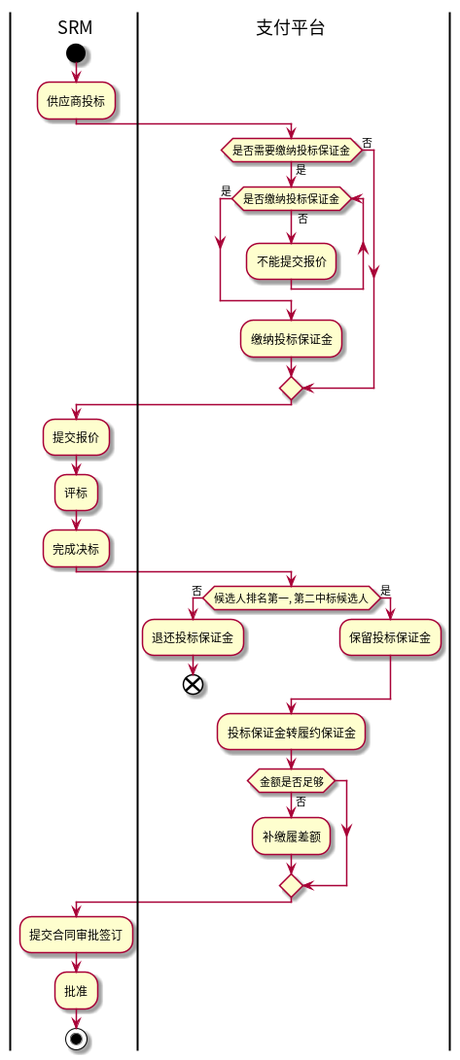
The PlantUML diagram uml/投标保证金_规划阶段.png in zhangqizhen315/purchase_payment, before a commit. Its diagram source:
```plantuml
@startuml
|SRM|
start
:供应商投标;
|支付平台|
if (是否需要缴纳投标保证金) then (是)
    while (是否缴纳投标保证金) is ( 否 )
        :不能提交报价;
    endwhile (是)
    :缴纳投标保证金;
else (否)
endif
|SRM|
:提交报价;
:评标;
:完成决标;
|支付平台|
if (候选人排名第一, 第二中标候选人) then (否)
    :退还投标保证金;
    end
else (是)
    :保留投标保证金;
endif
:投标保证金转履约保证金;
if (金额是否足够) then (否)
    :补缴履差额;
endif
|SRM|
:提交合同审批签订;
:批准;
stop
@enduml
```
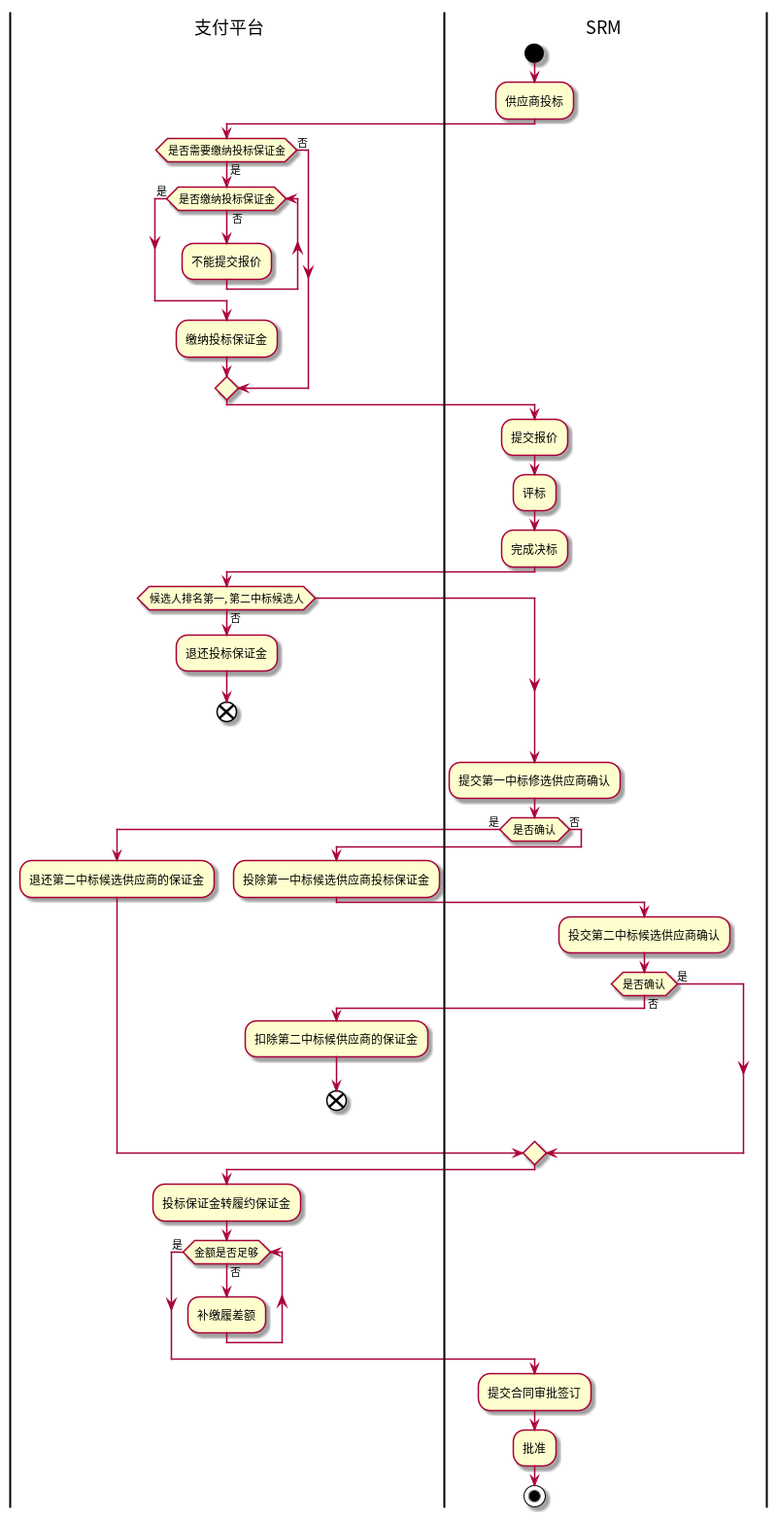
After the commit.

What changed in the source:
```diff
@@ -1,4 +1,5 @@
 @startuml
+|支付平台|
 |SRM|
 start
 :供应商投标;
@@ -18,13 +19,29 @@
 if (候选人排名第一, 第二中标候选人) then (否)
     :退还投标保证金;
     end
-else (是)
-    :保留投标保证金;
+endif
+|SRM|
+:提交第一中标修选供应商确认;
+if ( 是否确认 ) then (是)
+    |支付平台|
+    :退还第二中标候选供应商的保证金;
+|SRM|
+else (否)
+    |支付平台|
+    :投除第一中标候选供应商投标保证金;
+    |SRM|
+    :投交第二中标候选供应商确认;
+    if (是否确认) then (否)
+        |支付平台|
+        :扣除第二中标候供应商的保证金;
+        end
+    else (是)
+    endif
 endif
 :投标保证金转履约保证金;
-if (金额是否足够) then (否)
+while (金额是否足够) is (否)
     :补缴履差额;
-endif
+endwhile (是)
 |SRM|
 :提交合同审批签订;
 :批准;
```
